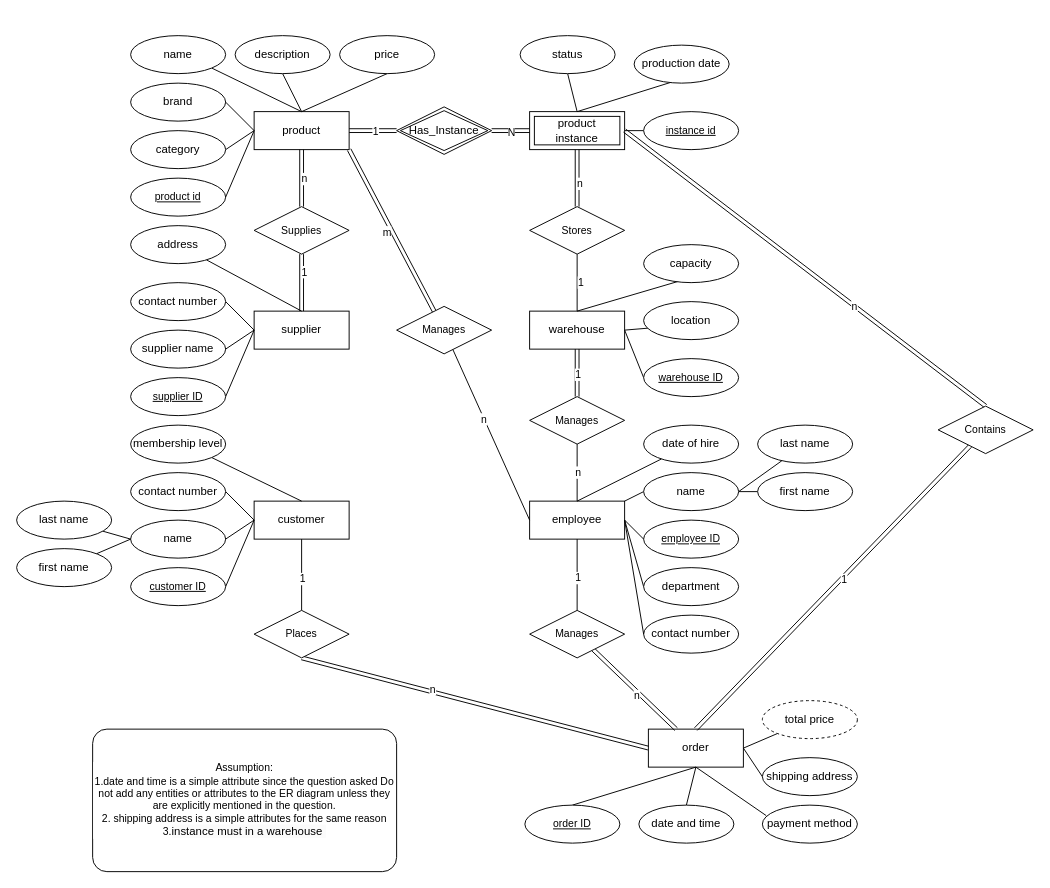
Above: ERD/a1q1.drawio in Yixuan519Lu/COMP9311 (draw.io), before the change. Source tidied: cells renumbered, new cells numbered last; positions are measured from the earlier drawing's top-left corner, leaving out a move shared by most shapes. Both pictures are drawn from the tidied source at 95%, with x=0, y=0 at pixel (16, 35).
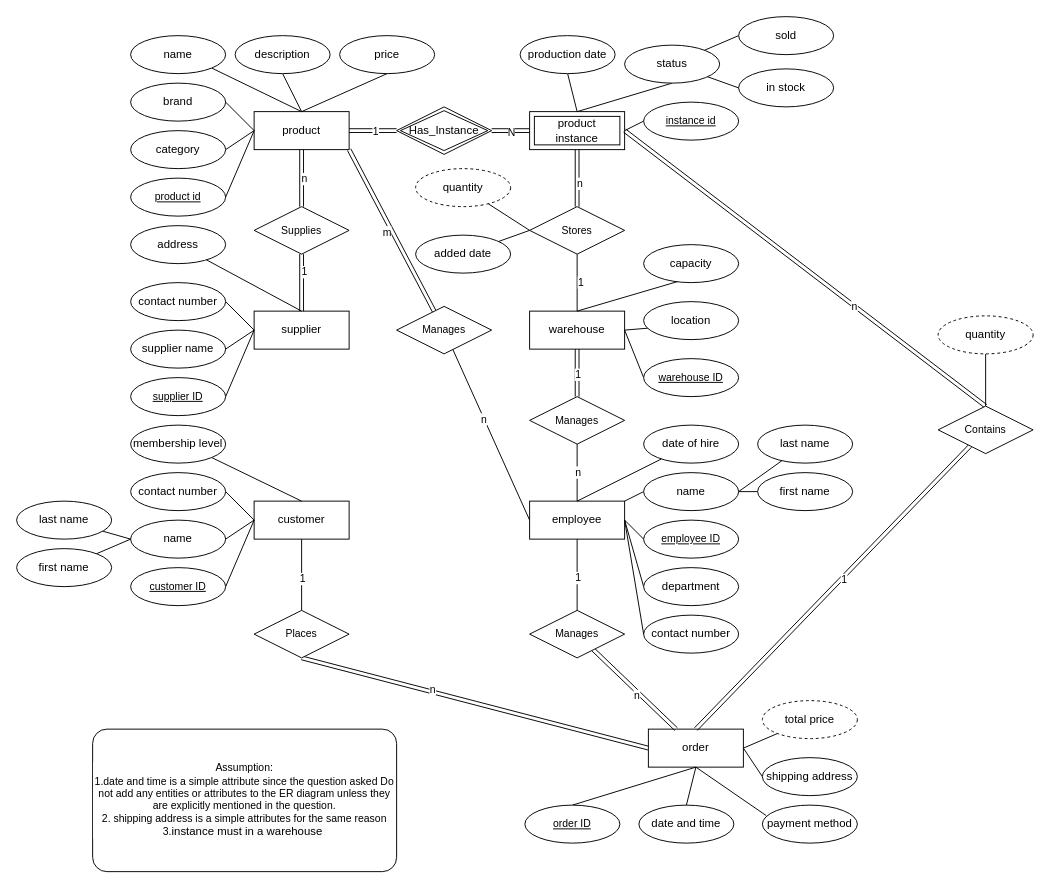
After the change.

Unchanged cells that the change refers to:
```xml
<mxCell id="15" value="product instance" style="shape=ext;margin=3;double=1;whiteSpace=wrap;html=1;align=center;" parent="1" vertex="1">
  <mxGeometry x="540" y="80" width="100" height="40" as="geometry" />
</mxCell>
<mxCell id="105" value="Stores" style="shape=rhombus;perimeter=rhombusPerimeter;whiteSpace=wrap;html=1;align=center;fontFamily=Helvetica;fontSize=11;fontColor=default;labelBackgroundColor=default;" parent="1" vertex="1">
  <mxGeometry x="540" y="180" width="100" height="50" as="geometry" />
</mxCell>
<mxCell id="111" value="Contains" style="shape=rhombus;perimeter=rhombusPerimeter;whiteSpace=wrap;html=1;align=center;fontFamily=Helvetica;fontSize=11;fontColor=default;labelBackgroundColor=default;" parent="1" vertex="1">
  <mxGeometry x="970" y="390" width="100" height="50" as="geometry" />
</mxCell>
```

Diff of the diagram source:
```diff
@@
+    <mxCell id="118" style="rounded=0;jettySize=auto;html=1;entryX=0;entryY=0.5;entryDx=0;entryDy=0;endArrow=none;endFill=0;" parent="1" edge="1" source="17" target="124">
+      <mxGeometry relative="1" as="geometry" />
+    </mxCell>
+    <mxCell id="119" style="rounded=0;jettySize=auto;html=1;entryX=0;entryY=0.5;entryDx=0;entryDy=0;endArrow=none;endFill=0;" parent="1" edge="1" source="17" target="125">
+      <mxGeometry relative="1" as="geometry" />
+    </mxCell>
     <mxCell id="17" value="status" style="ellipse;whiteSpace=wrap;html=1;align=center;" parent="1" vertex="1">
-      <mxGeometry x="530" width="100" height="40" as="geometry" />
+      <mxGeometry x="640" y="10" width="100" height="40" as="geometry" />
     </mxCell>
-    <mxCell id="18" style="edgeStyle=none;rounded=0;jumpStyle=none;jettySize=auto;html=1;exitX=1;exitY=0.5;exitDx=0;exitDy=0;strokeColor=default;align=center;verticalAlign=middle;fontFamily=Helvetica;fontSize=11;fontColor=default;labelBackgroundColor=default;endArrow=none;endFill=0;entryX=0.5;entryY=0;entryDx=0;entryDy=0;" parent="1" edge="1" source="19" target="15">
+    <mxCell id="18" style="edgeStyle=none;rounded=0;jumpStyle=none;jettySize=auto;html=1;exitX=0.5;exitY=1;exitDx=0;exitDy=0;strokeColor=default;align=center;verticalAlign=middle;fontFamily=Helvetica;fontSize=11;fontColor=default;labelBackgroundColor=default;endArrow=none;endFill=0;entryX=0.5;entryY=0;entryDx=0;entryDy=0;" parent="1" edge="1" source="19" target="15">
       <mxGeometry relative="1" as="geometry" />
     </mxCell>
     <mxCell id="19" value="production date" style="ellipse;whiteSpace=wrap;html=1;align=center;" parent="1" vertex="1">
-      <mxGeometry x="650" y="10" width="100" height="40" as="geometry" />
+      <mxGeometry x="530" width="100" height="40" as="geometry" />
     </mxCell>
@@
     <mxCell id="21" value="instance id" style="ellipse;whiteSpace=wrap;html=1;align=center;fontStyle=4;fontFamily=Helvetica;fontSize=11;fontColor=default;labelBackgroundColor=default;" parent="1" vertex="1">
-      <mxGeometry x="660" y="80" width="100" height="40" as="geometry" />
+      <mxGeometry x="660" y="70" width="100" height="40" as="geometry" />
     </mxCell>
@@
+    <mxCell id="120" style="rounded=0;jettySize=auto;html=1;entryX=0;entryY=0.5;entryDx=0;entryDy=0;endArrow=none;endFill=0;" parent="1" edge="1" source="121" target="105">
+      <mxGeometry relative="1" as="geometry" />
+    </mxCell>
+    <mxCell id="121" value="quantity" style="ellipse;whiteSpace=wrap;html=1;align=center;dashed=1;" parent="1" vertex="1">
+      <mxGeometry x="420" y="140" width="100" height="40" as="geometry" />
+    </mxCell>
+    <mxCell id="122" style="edgeStyle=orthogonalEdgeStyle;rounded=0;jettySize=auto;html=1;entryX=0.5;entryY=0;entryDx=0;entryDy=0;endArrow=none;endFill=0;" parent="1" edge="1" source="123" target="111">
+      <mxGeometry relative="1" as="geometry" />
+    </mxCell>
+    <mxCell id="123" value="quantity" style="ellipse;whiteSpace=wrap;html=1;align=center;dashed=1;" parent="1" vertex="1">
+      <mxGeometry x="970" y="295" width="100" height="40" as="geometry" />
+    </mxCell>
+    <mxCell id="124" value="sold" style="ellipse;whiteSpace=wrap;html=1;align=center;" parent="1" vertex="1">
+      <mxGeometry x="760" y="-20" width="100" height="40" as="geometry" />
+    </mxCell>
+    <mxCell id="125" value="in stock" style="ellipse;whiteSpace=wrap;html=1;align=center;" parent="1" vertex="1">
+      <mxGeometry x="760" y="35" width="100" height="40" as="geometry" />
+    </mxCell>
+    <mxCell id="126" style="rounded=0;jettySize=auto;html=1;entryX=0;entryY=0.5;entryDx=0;entryDy=0;endArrow=none;endFill=0;" parent="1" edge="1" source="127" target="105">
+      <mxGeometry relative="1" as="geometry" />
+    </mxCell>
+    <mxCell id="127" value="added date" style="ellipse;whiteSpace=wrap;html=1;align=center;" parent="1" vertex="1">
+      <mxGeometry x="420" y="210" width="100" height="40" as="geometry" />
+    </mxCell>
```
